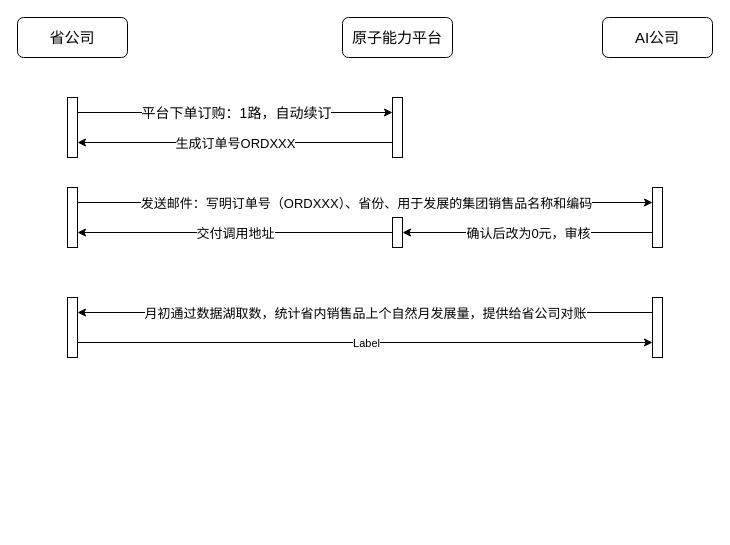
Above: CV云侧调用流程.drawio in JQLIANG77/drowio (draw.io), before the change. Source tidied: cells renumbered, new cells numbered last; positions are measured from the earlier drawing's top-left corner, leaving out a move shared by most shapes. Both pictures are drawn from the tidied source at 100%, with x=0, y=0 at pixel (17, 17).
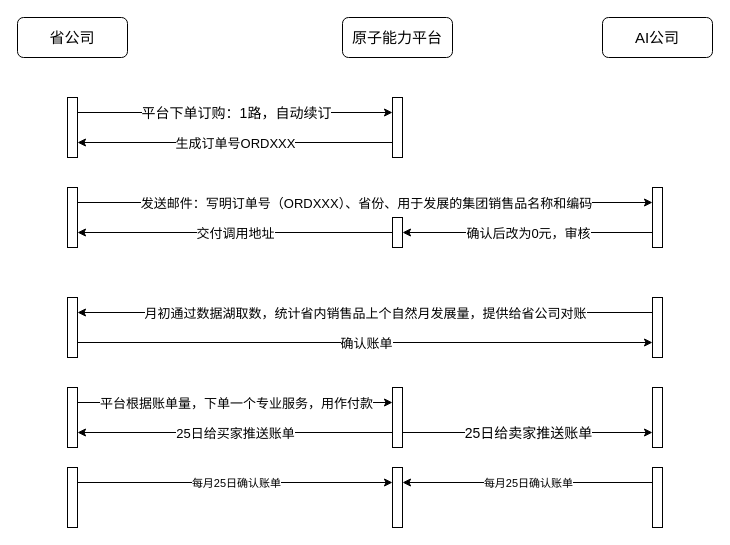
The same page after the edit.

Commit message:
更新CV云侧调用流程.drawio

Unchanged cells that the change refers to:
```xml
<mxCell id="24" style="endArrow=classic;html=1;rounded=0;exitX=1;exitY=0.75;exitDx=0;exitDy=0;entryX=0;entryY=0.75;entryDx=0;entryDy=0;" parent="1" edge="1" source="21" target="20">
  <mxGeometry relative="1" as="geometry" />
</mxCell>
```

Diff of the diagram source:
```diff
@@
-    <mxCell id="25" value="Label" style="edgeLabel;html=1;align=center;verticalAlign=middle;" parent="24" vertex="1">
+    <mxCell id="25" value="&lt;font style=&quot;font-size: 13px;&quot;&gt;确认账单&lt;/font&gt;" style="edgeLabel;html=1;align=center;verticalAlign=middle;" parent="24" vertex="1">
       <mxGeometry relative="1" as="geometry" />
     </mxCell>
+    <mxCell id="26" style="rounded=0;whiteSpace=wrap;html=1;" parent="1" vertex="1">
+      <mxGeometry x="50" y="370" width="10" height="60" as="geometry" />
+    </mxCell>
+    <mxCell id="27" style="rounded=0;whiteSpace=wrap;html=1;" parent="1" vertex="1">
+      <mxGeometry x="375" y="370" width="10" height="60" as="geometry" />
+    </mxCell>
+    <mxCell id="28" style="endArrow=classic;html=1;rounded=0;exitX=1;exitY=0.25;exitDx=0;exitDy=0;entryX=0;entryY=0.25;entryDx=0;entryDy=0;" parent="1" edge="1" source="26" target="27">
+      <mxGeometry relative="1" as="geometry" />
+    </mxCell>
+    <mxCell id="29" value="&lt;font style=&quot;font-size: 13px;&quot;&gt;平台根据账单量，下单一个专业服务，用作付款&lt;/font&gt;" style="edgeLabel;html=1;align=center;verticalAlign=middle;" parent="28" vertex="1">
+      <mxGeometry relative="1" as="geometry" />
+    </mxCell>
+    <mxCell id="30" style="rounded=0;whiteSpace=wrap;html=1;" parent="1" vertex="1">
+      <mxGeometry x="635" y="370" width="10" height="60" as="geometry" />
+    </mxCell>
+    <mxCell id="31" style="endArrow=classic;html=1;rounded=0;exitX=1;exitY=0.75;exitDx=0;exitDy=0;entryX=0;entryY=0.75;entryDx=0;entryDy=0;" parent="1" edge="1" source="27" target="30">
+      <mxGeometry relative="1" as="geometry" />
+    </mxCell>
+    <mxCell id="32" value="&lt;font style=&quot;font-size: 14px;&quot;&gt;25日给卖家推送账单&lt;/font&gt;" style="edgeLabel;html=1;align=center;verticalAlign=middle;" parent="31" vertex="1">
+      <mxGeometry relative="1" as="geometry" />
+    </mxCell>
+    <mxCell id="33" style="endArrow=classic;html=1;rounded=0;exitX=0;exitY=0.75;exitDx=0;exitDy=0;entryX=1;entryY=0.75;entryDx=0;entryDy=0;" parent="1" edge="1" source="27" target="26">
+      <mxGeometry relative="1" as="geometry" />
+    </mxCell>
+    <mxCell id="34" value="&lt;font style=&quot;font-size: 13px;&quot;&gt;25日给买家推送账单&lt;/font&gt;" style="edgeLabel;html=1;align=center;verticalAlign=middle;" parent="33" vertex="1">
+      <mxGeometry relative="1" as="geometry" />
+    </mxCell>
+    <mxCell id="35" style="rounded=0;whiteSpace=wrap;html=1;" parent="1" vertex="1">
+      <mxGeometry x="50" y="450" width="10" height="60" as="geometry" />
+    </mxCell>
+    <mxCell id="36" style="rounded=0;whiteSpace=wrap;html=1;" parent="1" vertex="1">
+      <mxGeometry x="375" y="450" width="10" height="60" as="geometry" />
+    </mxCell>
+    <mxCell id="37" style="rounded=0;whiteSpace=wrap;html=1;" parent="1" vertex="1">
+      <mxGeometry x="635" y="450" width="10" height="60" as="geometry" />
+    </mxCell>
+    <mxCell id="38" style="endArrow=classic;html=1;rounded=0;exitX=1;exitY=0.25;exitDx=0;exitDy=0;entryX=0;entryY=0.25;entryDx=0;entryDy=0;" parent="1" edge="1" source="35" target="36">
+      <mxGeometry relative="1" as="geometry" />
+    </mxCell>
+    <mxCell id="39" value="每月25日确认账单" style="edgeLabel;html=1;align=center;verticalAlign=middle;" parent="38" vertex="1">
+      <mxGeometry relative="1" as="geometry" />
+    </mxCell>
+    <mxCell id="40" style="endArrow=classic;html=1;rounded=0;exitX=0;exitY=0.25;exitDx=0;exitDy=0;entryX=1;entryY=0.25;entryDx=0;entryDy=0;" parent="1" edge="1" source="37" target="36">
+      <mxGeometry relative="1" as="geometry" />
+    </mxCell>
+    <mxCell id="41" value="每月25日确认账单" style="edgeLabel;html=1;align=center;verticalAlign=middle;" parent="40" vertex="1">
+      <mxGeometry relative="1" as="geometry" />
+    </mxCell>
```
